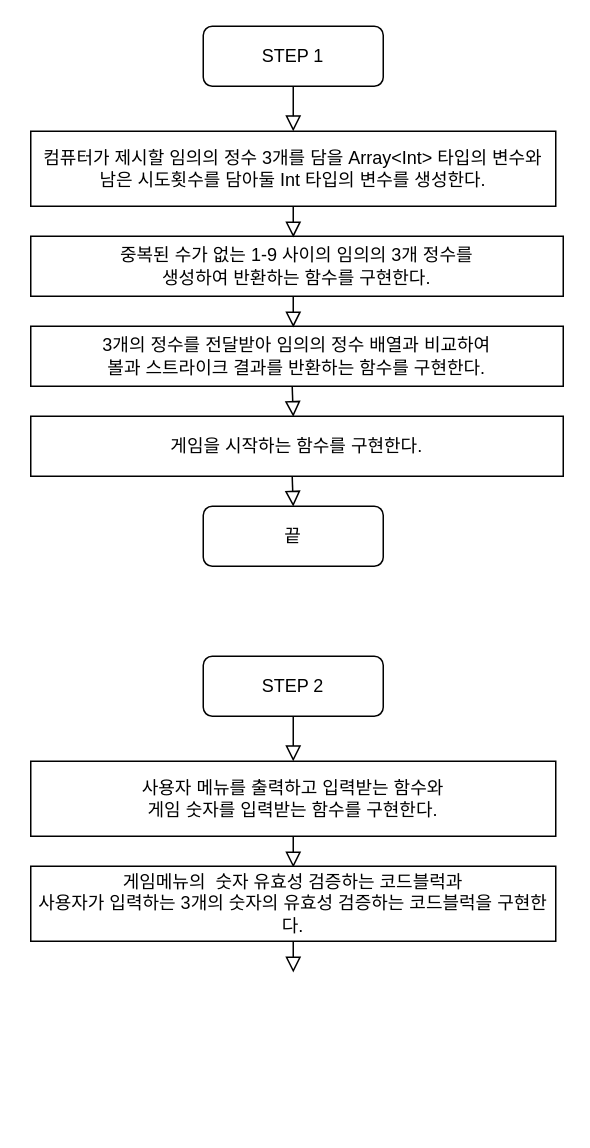
Before: flowchart.drawio in yagom-academy/ios-number-baseball, a draw.io diagram. Source tidied: cells renumbered, new cells numbered last; positions are measured from the earlier drawing's top-left corner, leaving out a move shared by most shapes. Both pictures are drawn from the tidied source at 150%, with x=0, y=0 at pixel (30, 26).
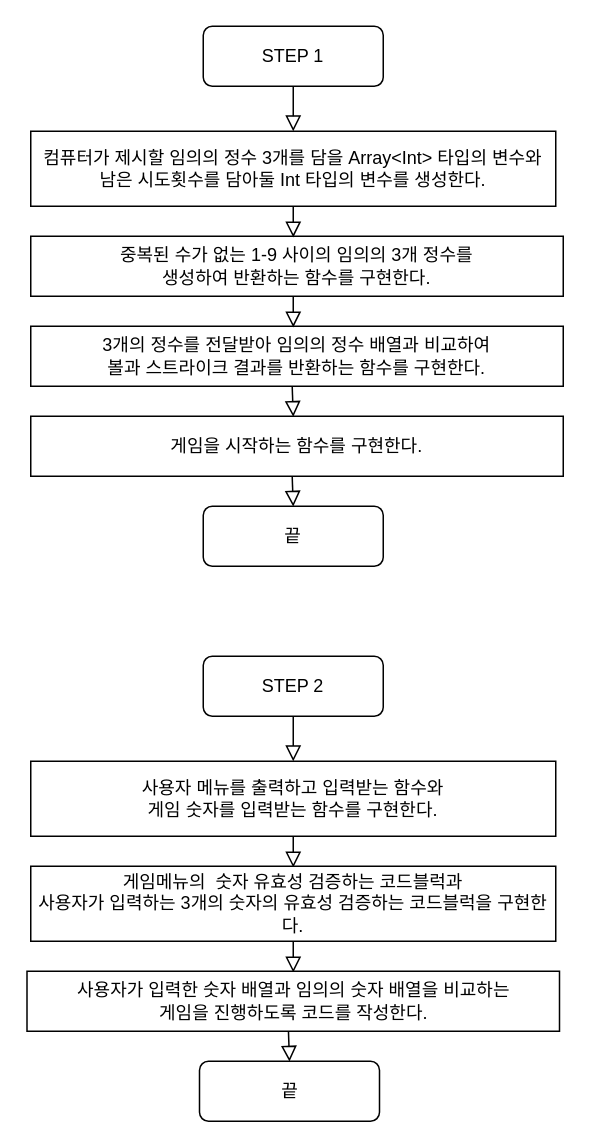
The same page after the edit.

Commit message:
docs: 순서도 STEP 2-3 추가

The edit, as a diff of the source:
```diff
@@
+    <mxCell id="19" value="사용자가 입력한 숫자 배열과 임의의 숫자 배열을 비교하는&lt;br&gt;게임을 진행하도록 코드를 작성한다." style="rounded=0;whiteSpace=wrap;html=1;" parent="1" vertex="1">
+      <mxGeometry x="-2.5" y="630" width="355" height="40" as="geometry" />
+    </mxCell>
+    <mxCell id="20" style="rounded=0;html=1;jettySize=auto;orthogonalLoop=1;fontSize=11;endArrow=block;endFill=0;endSize=8;strokeWidth=1;shadow=0;labelBackgroundColor=none;edgeStyle=orthogonalEdgeStyle;entryX=0.493;entryY=0.009;entryDx=0;entryDy=0;exitX=0.491;exitY=1.003;exitDx=0;exitDy=0;exitPerimeter=0;entryPerimeter=0;" parent="1" edge="1">
+      <mxGeometry relative="1" as="geometry">
+        <mxPoint x="171.8" y="670" as="sourcePoint" />
+        <mxPoint x="172.5" y="690.2" as="targetPoint" />
+        <Array as="points">
+          <mxPoint x="172.5" y="669.9" />
+        </Array>
+      </mxGeometry>
+    </mxCell>
+    <mxCell id="21" value="끝" style="rounded=1;whiteSpace=wrap;html=1;fontSize=12;glass=0;strokeWidth=1;shadow=0;" parent="1" vertex="1">
+      <mxGeometry x="112.5" y="690" width="120" height="40" as="geometry" />
+    </mxCell>
```
